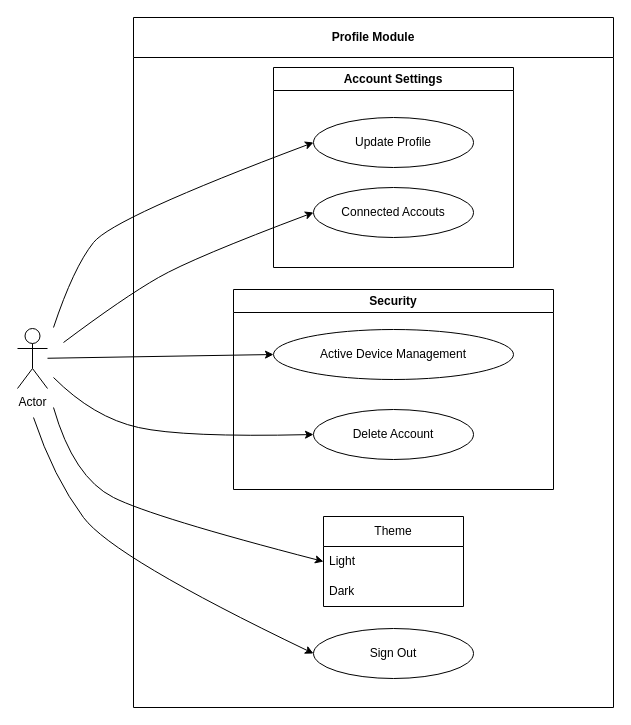
Before: Profile Module.drawio in Harshul1484/BMP-, a draw.io diagram. Source tidied: cells renumbered, new cells numbered last; positions are measured from the earlier drawing's top-left corner, leaving out a move shared by most shapes. Both pictures are drawn from the tidied source at 100%, with x=0, y=0 at pixel (17, 17).
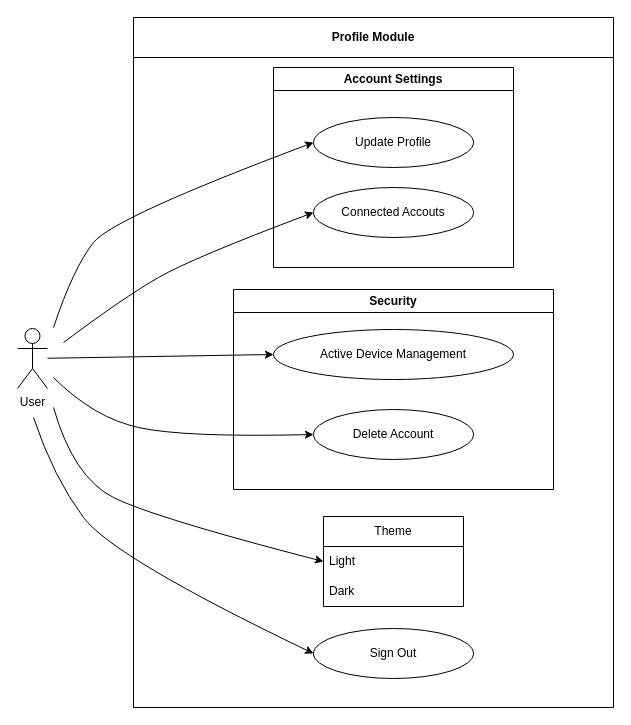
Above is the later version.

The edit, as a diff of the source:
```diff
@@
-    <mxCell id="17" value="Actor" style="shape=umlActor;verticalLabelPosition=bottom;verticalAlign=top;html=1;outlineConnect=0;" parent="1" vertex="1">
+    <mxCell id="17" value="User" style="shape=umlActor;verticalLabelPosition=bottom;verticalAlign=top;html=1;outlineConnect=0;" parent="1" vertex="1">
       <mxGeometry y="311" width="30" height="60" as="geometry" />
     </mxCell>
```
